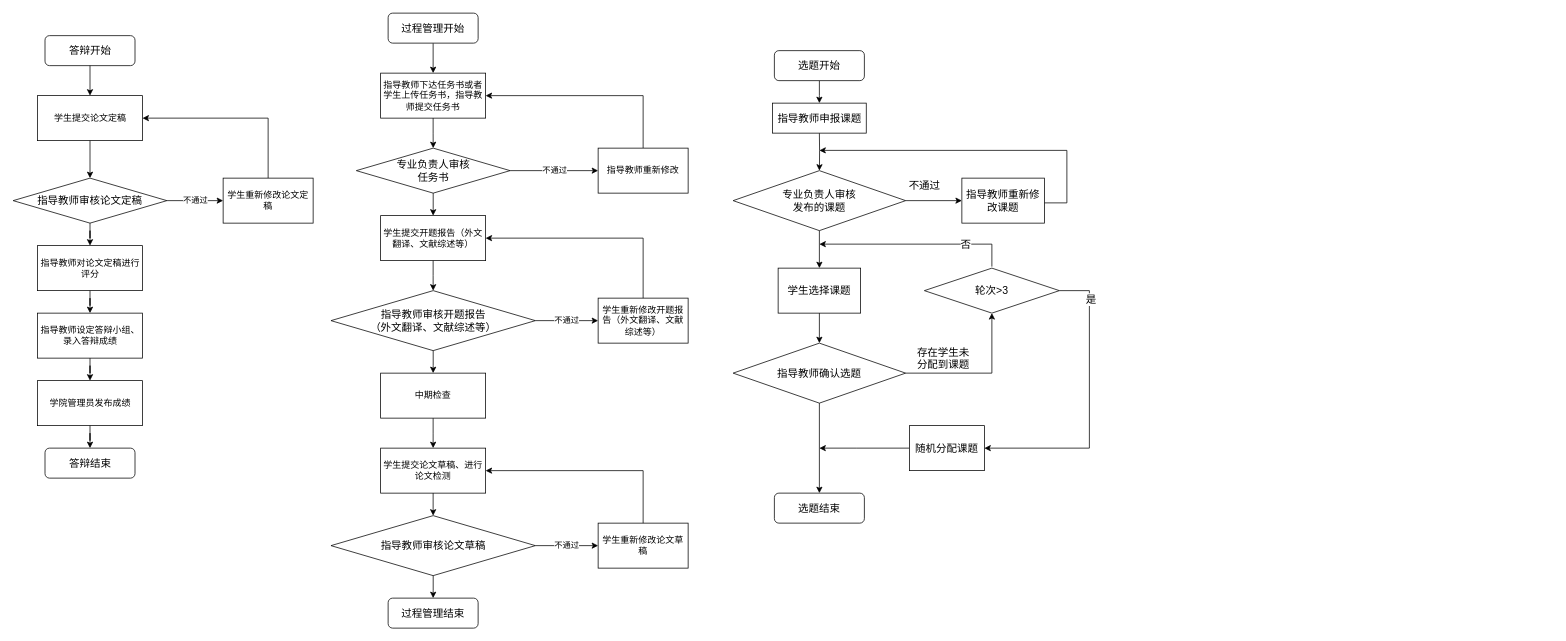
The draw.io diagram page "选题阶段" (1 of 3) of 毕设管理系统/业务流程图.drawio in FdfGithub/drawio, before the edit. Source tidied: cells renumbered, new cells numbered last; positions are measured from the earlier drawing's top-left corner, leaving out a move shared by most shapes. Both pictures are drawn from the tidied source at 75%, with x=0, y=0 at pixel (13, 13).
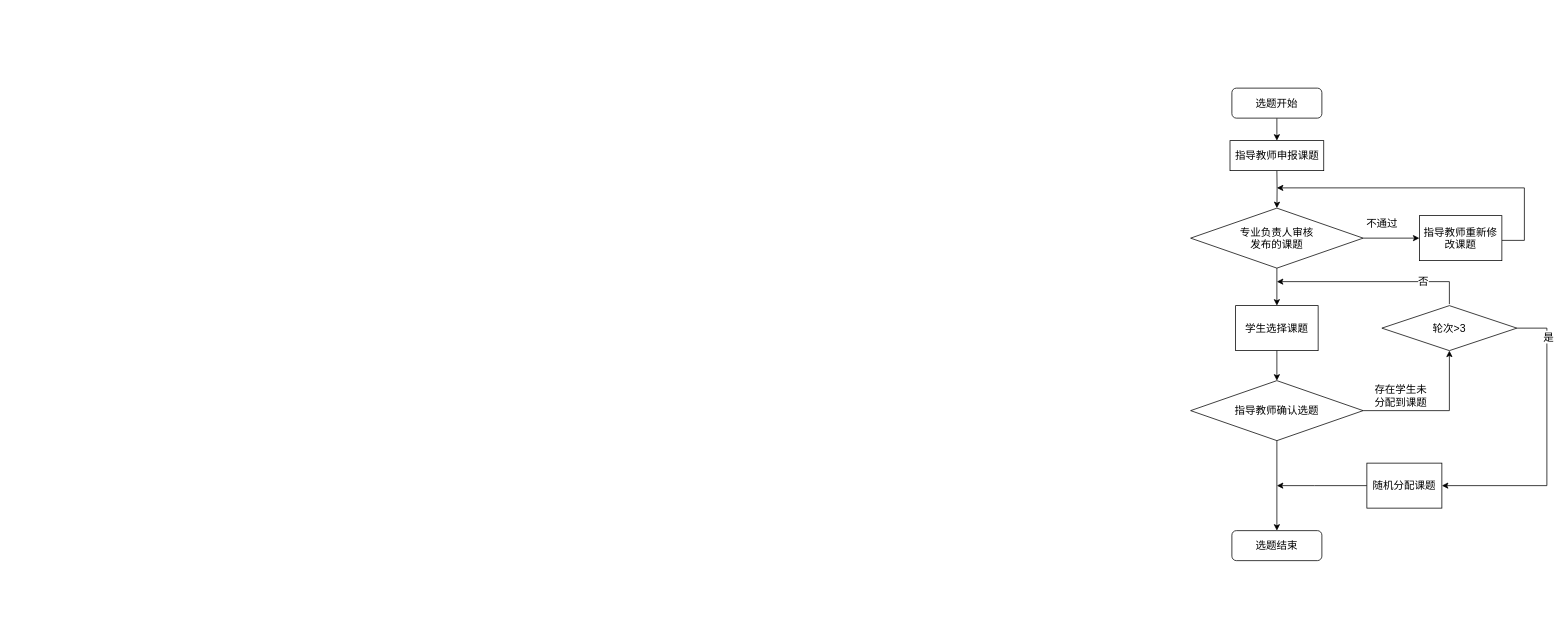
The same diagram, later.

Commit message:
更新业务流程图.drawio

What changed in the source:
```diff
@@
-    <mxCell id="2" style="group;" parent="1" vertex="1">
-      <mxGeometry x="423.8" width="476.2" height="820" as="geometry" />
-    </mxCell>
-    <mxCell id="3" value="指导教师下达任务书或者学生上传任务书，指导教师提交任务书" style="rounded=0;whiteSpace=wrap;html=1;" parent="2" vertex="1">
-      <mxGeometry x="66.2" y="80" width="140" height="60" as="geometry" />
-    </mxCell>
-    <mxCell id="4" value="专业负责人审核&lt;br&gt;任务书" style="rhombus;whiteSpace=wrap;html=1;fontSize=14;" parent="2" vertex="1">
-      <mxGeometry x="33.8" y="180" width="205" height="60" as="geometry" />
-    </mxCell>
-    <mxCell id="5" style="edgeStyle=orthogonalEdgeStyle;rounded=0;jettySize=auto;html=1;entryX=0.5;entryY=0;entryDx=0;entryDy=0;" parent="2" edge="1" source="3" target="4">
-      <mxGeometry relative="1" as="geometry" />
-    </mxCell>
-    <mxCell id="6" style="edgeStyle=orthogonalEdgeStyle;rounded=0;jettySize=auto;html=1;entryX=1;entryY=0.5;entryDx=0;entryDy=0;" parent="2" edge="1" source="7" target="3">
-      <mxGeometry relative="1" as="geometry">
-        <Array as="points">
-          <mxPoint x="416.2" y="110" />
-        </Array>
-      </mxGeometry>
-    </mxCell>
-    <mxCell id="7" value="指导教师重新修改" style="rounded=0;whiteSpace=wrap;html=1;" parent="2" vertex="1">
-      <mxGeometry x="356.2" y="180" width="120" height="60" as="geometry" />
-    </mxCell>
-    <mxCell id="8" value="不通过" style="edgeStyle=orthogonalEdgeStyle;rounded=0;jettySize=auto;html=1;entryX=0;entryY=0.5;entryDx=0;entryDy=0;" parent="2" edge="1" source="4" target="7">
-      <mxGeometry relative="1" as="geometry" />
-    </mxCell>
-    <mxCell id="9" value="学生提交开题报告（外文翻译、文献综述等）" style="rounded=0;whiteSpace=wrap;html=1;" parent="2" vertex="1">
-      <mxGeometry x="66.2" y="270" width="140" height="60" as="geometry" />
-    </mxCell>
-    <mxCell id="10" style="edgeStyle=orthogonalEdgeStyle;rounded=0;jettySize=auto;html=1;entryX=0.5;entryY=0;entryDx=0;entryDy=0;" parent="2" edge="1" source="4" target="9">
-      <mxGeometry relative="1" as="geometry" />
-    </mxCell>
-    <mxCell id="11" value="指导教师审核开题报告&lt;br&gt;（外文翻译、文献综述等）" style="rhombus;whiteSpace=wrap;html=1;fontSize=14;" parent="2" vertex="1">
-      <mxGeometry y="370" width="272.5" height="80" as="geometry" />
-    </mxCell>
-    <mxCell id="12" style="edgeStyle=orthogonalEdgeStyle;rounded=0;jettySize=auto;html=1;entryX=0.5;entryY=0;entryDx=0;entryDy=0;" parent="2" edge="1" source="9" target="11">
-      <mxGeometry relative="1" as="geometry" />
-    </mxCell>
-    <mxCell id="13" style="edgeStyle=orthogonalEdgeStyle;rounded=0;orthogonalLoop=1;jettySize=auto;html=1;entryX=1;entryY=0.25;entryDx=0;entryDy=0;" parent="2" edge="1">
-      <mxGeometry relative="1" as="geometry">
-        <mxPoint x="416.2" y="395" as="sourcePoint" />
-        <mxPoint x="206.2" y="300" as="targetPoint" />
-        <Array as="points">
-          <mxPoint x="416.2" y="300" />
-        </Array>
-      </mxGeometry>
-    </mxCell>
-    <mxCell id="14" value="学生重新修改开题报告（外文翻译、文献综述等）" style="rounded=0;whiteSpace=wrap;html=1;" parent="2" vertex="1">
-      <mxGeometry x="356.2" y="380" width="120" height="60" as="geometry" />
-    </mxCell>
-    <mxCell id="15" value="不通过" style="edgeStyle=orthogonalEdgeStyle;rounded=0;jettySize=auto;html=1;entryX=0;entryY=0.5;entryDx=0;entryDy=0;" parent="2" edge="1" source="11" target="14">
-      <mxGeometry relative="1" as="geometry" />
-    </mxCell>
-    <mxCell id="16" style="edgeStyle=orthogonalEdgeStyle;rounded=0;jettySize=auto;html=1;" parent="2" edge="1" source="17">
-      <mxGeometry relative="1" as="geometry">
-        <mxPoint x="136.2" y="580" as="targetPoint" />
-      </mxGeometry>
-    </mxCell>
-    <mxCell id="17" value="中期检查" style="rounded=0;whiteSpace=wrap;html=1;" parent="2" vertex="1">
-      <mxGeometry x="66.2" y="480" width="140" height="60" as="geometry" />
-    </mxCell>
-    <mxCell id="18" style="edgeStyle=orthogonalEdgeStyle;rounded=0;jettySize=auto;html=1;" parent="2" edge="1" source="11" target="17">
-      <mxGeometry relative="1" as="geometry" />
-    </mxCell>
-    <mxCell id="19" value="学生提交论文草稿、进行论文检测" style="rounded=0;whiteSpace=wrap;html=1;" parent="2" vertex="1">
-      <mxGeometry x="66.2" y="580" width="140" height="60" as="geometry" />
-    </mxCell>
-    <mxCell id="20" value="指导教师审核论文草稿" style="rhombus;whiteSpace=wrap;html=1;fontSize=14;" parent="2" vertex="1">
-      <mxGeometry y="670" width="272.5" height="80" as="geometry" />
-    </mxCell>
-    <mxCell id="21" style="edgeStyle=orthogonalEdgeStyle;rounded=0;jettySize=auto;html=1;entryX=0.5;entryY=0;entryDx=0;entryDy=0;" parent="2" edge="1" source="19" target="20">
-      <mxGeometry relative="1" as="geometry" />
-    </mxCell>
-    <mxCell id="22" style="edgeStyle=orthogonalEdgeStyle;rounded=0;orthogonalLoop=1;jettySize=auto;html=1;entryX=1;entryY=0.25;entryDx=0;entryDy=0;" parent="2" edge="1">
-      <mxGeometry relative="1" as="geometry">
-        <mxPoint x="416.2" y="695" as="sourcePoint" />
-        <mxPoint x="206.2" y="610" as="targetPoint" />
-        <Array as="points">
-          <mxPoint x="416.2" y="610" />
-        </Array>
-      </mxGeometry>
-    </mxCell>
-    <mxCell id="23" value="学生重新修改论文草稿" style="rounded=0;whiteSpace=wrap;html=1;" parent="2" vertex="1">
-      <mxGeometry x="356.2" y="680" width="120" height="60" as="geometry" />
-    </mxCell>
-    <mxCell id="24" value="不通过" style="edgeStyle=orthogonalEdgeStyle;rounded=0;jettySize=auto;html=1;" parent="2" edge="1" source="20" target="23">
-      <mxGeometry relative="1" as="geometry" />
-    </mxCell>
-    <mxCell id="25" style="edgeStyle=orthogonalEdgeStyle;rounded=0;jettySize=auto;html=1;" parent="2" edge="1" source="26" target="3">
-      <mxGeometry relative="1" as="geometry" />
-    </mxCell>
-    <mxCell id="26" value="过程管理开始" style="rounded=1;whiteSpace=wrap;html=1;fontSize=14;" parent="2" vertex="1">
-      <mxGeometry x="76.2" width="120" height="40" as="geometry" />
-    </mxCell>
-    <mxCell id="27" value="过程管理结束" style="rounded=1;whiteSpace=wrap;html=1;fontSize=14;" parent="2" vertex="1">
-      <mxGeometry x="76.2" y="780" width="120" height="40" as="geometry" />
-    </mxCell>
-    <mxCell id="28" style="edgeStyle=orthogonalEdgeStyle;rounded=0;jettySize=auto;html=1;" parent="2" edge="1" source="20" target="27">
-      <mxGeometry relative="1" as="geometry" />
-    </mxCell>
-    <mxCell id="29" style="group;" parent="1" vertex="1">
-      <mxGeometry x="960" y="50" width="475" height="630" as="geometry" />
-    </mxCell>
-    <mxCell id="30" style="edgeStyle=orthogonalEdgeStyle;curved=1;rounded=0;jettySize=auto;html=1;entryX=0.5;entryY=0;entryDx=0;entryDy=0;fontSize=14;" parent="29" edge="1" target="31">
-      <mxGeometry relative="1" as="geometry">
-        <mxPoint x="115" y="110" as="sourcePoint" />
-      </mxGeometry>
-    </mxCell>
+    <mxCell id="72" style="group;" parent="1" vertex="1">
+      <mxGeometry x="1570" y="100" width="475" height="630" as="geometry" />
+    </mxCell>
+    <mxCell id="73" style="edgeStyle=orthogonalEdgeStyle;curved=1;rounded=0;jettySize=auto;html=1;entryX=0.5;entryY=0;entryDx=0;entryDy=0;fontSize=14;" parent="72" edge="1" target="31">
+      <mxGeometry relative="1" as="geometry">
+        <mxPoint x="115" y="110" as="sourcePoint" />
+      </mxGeometry>
+    </mxCell>
-    <mxCell id="31" value="专业负责人审核&lt;br&gt;发布的课题" style="rhombus;whiteSpace=wrap;html=1;fontSize=14;" parent="29" vertex="1">
+    <mxCell id="31" value="专业负责人审核&lt;br&gt;发布的课题" style="rhombus;whiteSpace=wrap;html=1;fontSize=14;" parent="72" vertex="1">
       <mxGeometry y="160" width="230" height="80" as="geometry" />
     </mxCell>
-    <mxCell id="32" style="edgeStyle=orthogonalEdgeStyle;rounded=0;orthogonalLoop=1;jettySize=auto;html=1;fontSize=14;" parent="29" edge="1">
-      <mxGeometry relative="1" as="geometry">
-        <mxPoint x="415" y="203" as="sourcePoint" />
-        <mxPoint x="115" y="133" as="targetPoint" />
-        <Array as="points">
-          <mxPoint x="445" y="203" />
-          <mxPoint x="445" y="133" />
-        </Array>
-      </mxGeometry>
-    </mxCell>
+    <mxCell id="74" style="edgeStyle=orthogonalEdgeStyle;rounded=0;orthogonalLoop=1;jettySize=auto;html=1;fontSize=14;" parent="72" edge="1">
+      <mxGeometry relative="1" as="geometry">
+        <mxPoint x="415" y="203" as="sourcePoint" />
+        <mxPoint x="115" y="133" as="targetPoint" />
+        <Array as="points">
+          <mxPoint x="445" y="203" />
+          <mxPoint x="445" y="133" />
+        </Array>
+      </mxGeometry>
+    </mxCell>
-    <mxCell id="33" value="指导教师重新修改课题" style="rounded=0;whiteSpace=wrap;html=1;fontSize=14;" parent="29" vertex="1">
+    <mxCell id="33" value="指导教师重新修改课题" style="rounded=0;whiteSpace=wrap;html=1;fontSize=14;" parent="72" vertex="1">
       <mxGeometry x="305" y="170" width="110" height="60" as="geometry" />
     </mxCell>
-    <mxCell id="34" style="edgeStyle=orthogonalEdgeStyle;rounded=0;jettySize=auto;html=1;entryX=0;entryY=0.5;entryDx=0;entryDy=0;fontSize=14;" parent="29" edge="1" source="31" target="33">
+    <mxCell id="34" style="edgeStyle=orthogonalEdgeStyle;rounded=0;jettySize=auto;html=1;entryX=0;entryY=0.5;entryDx=0;entryDy=0;fontSize=14;" parent="72" edge="1" source="31" target="33">
       <mxGeometry relative="1" as="geometry" />
     </mxCell>
-    <mxCell id="35" value="不通过" style="text;html=1;align=center;verticalAlign=middle;strokeColor=none;fillColor=none;fontSize=14;" parent="29" vertex="1">
+    <mxCell id="35" value="不通过" style="text;html=1;align=center;verticalAlign=middle;strokeColor=none;fillColor=none;fontSize=14;" parent="72" vertex="1">
       <mxGeometry x="225" y="170" width="60" height="20" as="geometry" />
     </mxCell>
-    <mxCell id="36" value="学生选择课题" style="rounded=0;whiteSpace=wrap;html=1;fontSize=14;" parent="29" vertex="1">
+    <mxCell id="36" value="学生选择课题" style="rounded=0;whiteSpace=wrap;html=1;fontSize=14;" parent="72" vertex="1">
       <mxGeometry x="60" y="290" width="110" height="60" as="geometry" />
     </mxCell>
-    <mxCell id="37" style="edgeStyle=orthogonalEdgeStyle;rounded=0;jettySize=auto;html=1;entryX=0.5;entryY=0;entryDx=0;entryDy=0;fontSize=14;" parent="29" edge="1" source="31" target="36">
+    <mxCell id="37" style="edgeStyle=orthogonalEdgeStyle;rounded=0;jettySize=auto;html=1;entryX=0.5;entryY=0;entryDx=0;entryDy=0;fontSize=14;" parent="72" edge="1" source="31" target="36">
       <mxGeometry relative="1" as="geometry" />
     </mxCell>
-    <mxCell id="38" value="&lt;span&gt;指导教师确认选题&lt;/span&gt;" style="rhombus;whiteSpace=wrap;html=1;fontSize=14;" parent="29" vertex="1">
+    <mxCell id="38" value="&lt;span&gt;指导教师确认选题&lt;/span&gt;" style="rhombus;whiteSpace=wrap;html=1;fontSize=14;" parent="72" vertex="1">
       <mxGeometry y="390" width="230" height="80" as="geometry" />
     </mxCell>
-    <mxCell id="39" style="edgeStyle=orthogonalEdgeStyle;rounded=0;jettySize=auto;html=1;entryX=0.5;entryY=0;entryDx=0;entryDy=0;fontSize=14;" parent="29" edge="1" source="36" target="38">
+    <mxCell id="39" style="edgeStyle=orthogonalEdgeStyle;rounded=0;jettySize=auto;html=1;entryX=0.5;entryY=0;entryDx=0;entryDy=0;fontSize=14;" parent="72" edge="1" source="36" target="38">
       <mxGeometry relative="1" as="geometry" />
     </mxCell>
-    <mxCell id="40" value="存在学生未&lt;br&gt;分配到课题" style="text;html=1;align=center;verticalAlign=middle;strokeColor=none;fillColor=none;fontSize=14;" parent="29" vertex="1">
+    <mxCell id="40" value="存在学生未&lt;br&gt;分配到课题" style="text;html=1;align=center;verticalAlign=middle;strokeColor=none;fillColor=none;fontSize=14;" parent="72" vertex="1">
       <mxGeometry x="235" y="390" width="90" height="40" as="geometry" />
     </mxCell>
-    <mxCell id="41" style="edgeStyle=orthogonalEdgeStyle;rounded=0;orthogonalLoop=1;jettySize=auto;html=1;fontSize=14;" parent="29" edge="1">
-      <mxGeometry relative="1" as="geometry">
-        <mxPoint x="235" y="530" as="sourcePoint" />
-        <mxPoint x="115" y="530" as="targetPoint" />
-        <Array as="points">
-          <mxPoint x="165" y="530" />
-          <mxPoint x="165" y="530" />
-        </Array>
-      </mxGeometry>
-    </mxCell>
+    <mxCell id="75" style="edgeStyle=orthogonalEdgeStyle;rounded=0;orthogonalLoop=1;jettySize=auto;html=1;fontSize=14;" parent="72" edge="1">
+      <mxGeometry relative="1" as="geometry">
+        <mxPoint x="235" y="530" as="sourcePoint" />
+        <mxPoint x="115" y="530" as="targetPoint" />
+        <Array as="points">
+          <mxPoint x="165" y="530" />
+          <mxPoint x="165" y="530" />
+        </Array>
+      </mxGeometry>
+    </mxCell>
-    <mxCell id="42" value="随机分配课题" style="rounded=0;whiteSpace=wrap;html=1;fontSize=14;" parent="29" vertex="1">
+    <mxCell id="42" value="随机分配课题" style="rounded=0;whiteSpace=wrap;html=1;fontSize=14;" parent="72" vertex="1">
       <mxGeometry x="235" y="500" width="100" height="60" as="geometry" />
     </mxCell>
-    <mxCell id="43" style="edgeStyle=orthogonalEdgeStyle;rounded=0;orthogonalLoop=1;jettySize=auto;html=1;fontSize=14;" parent="29" edge="1">
-      <mxGeometry relative="1" as="geometry">
-        <mxPoint x="345" y="288" as="sourcePoint" />
-        <mxPoint x="115" y="258" as="targetPoint" />
-        <Array as="points">
-          <mxPoint x="345" y="258" />
-          <mxPoint x="115" y="258" />
-        </Array>
-      </mxGeometry>
-    </mxCell>
+    <mxCell id="76" style="edgeStyle=orthogonalEdgeStyle;rounded=0;orthogonalLoop=1;jettySize=auto;html=1;fontSize=14;" parent="72" edge="1">
+      <mxGeometry relative="1" as="geometry">
+        <mxPoint x="345" y="288" as="sourcePoint" />
+        <mxPoint x="115" y="258" as="targetPoint" />
+        <Array as="points">
+          <mxPoint x="345" y="258" />
+          <mxPoint x="115" y="258" />
+        </Array>
+      </mxGeometry>
+    </mxCell>
-    <mxCell id="44" value="否" style="edgeLabel;html=1;align=center;verticalAlign=middle;fontSize=14;" parent="43" vertex="1">
+    <mxCell id="44" value="否" style="edgeLabel;html=1;align=center;verticalAlign=middle;fontSize=14;" parent="76" vertex="1">
       <mxGeometry x="-0.49" y="-1" relative="1" as="geometry" />
     </mxCell>
-    <mxCell id="45" style="edgeStyle=orthogonalEdgeStyle;rounded=0;jettySize=auto;html=1;fontSize=14;entryX=1;entryY=0.5;entryDx=0;entryDy=0;exitX=1;exitY=0.5;exitDx=0;exitDy=0;" parent="29" edge="1" source="47" target="42">
+    <mxCell id="45" style="edgeStyle=orthogonalEdgeStyle;rounded=0;jettySize=auto;html=1;fontSize=14;entryX=1;entryY=0.5;entryDx=0;entryDy=0;exitX=1;exitY=0.5;exitDx=0;exitDy=0;" parent="72" edge="1" source="47" target="42">
       <mxGeometry relative="1" as="geometry">
         <Array as="points">
           <mxPoint x="475" y="320" />
           <mxPoint x="475" y="530" />
         </Array>
       </mxGeometry>
     </mxCell>
@@
-    <mxCell id="47" value="轮次&amp;gt;3" style="rhombus;whiteSpace=wrap;html=1;fontSize=14;" parent="29" vertex="1">
+    <mxCell id="47" value="轮次&amp;gt;3" style="rhombus;whiteSpace=wrap;html=1;fontSize=14;" parent="72" vertex="1">
       <mxGeometry x="255" y="290" width="180" height="60" as="geometry" />
     </mxCell>
-    <mxCell id="48" style="edgeStyle=orthogonalEdgeStyle;rounded=0;jettySize=auto;html=1;entryX=0.5;entryY=1;entryDx=0;entryDy=0;fontSize=14;" parent="29" edge="1" source="38" target="47">
+    <mxCell id="48" style="edgeStyle=orthogonalEdgeStyle;rounded=0;jettySize=auto;html=1;entryX=0.5;entryY=1;entryDx=0;entryDy=0;fontSize=14;" parent="72" edge="1" source="38" target="47">
       <mxGeometry relative="1" as="geometry" />
     </mxCell>
-    <mxCell id="49" value="选题结束" style="rounded=1;whiteSpace=wrap;html=1;fontSize=14;" parent="29" vertex="1">
+    <mxCell id="49" value="选题结束" style="rounded=1;whiteSpace=wrap;html=1;fontSize=14;" parent="72" vertex="1">
       <mxGeometry x="55" y="590" width="120" height="40" as="geometry" />
     </mxCell>
-    <mxCell id="50" style="edgeStyle=orthogonalEdgeStyle;rounded=0;jettySize=auto;html=1;fontSize=14;entryX=0.5;entryY=0;entryDx=0;entryDy=0;" parent="29" edge="1" source="38" target="49">
+    <mxCell id="50" style="edgeStyle=orthogonalEdgeStyle;rounded=0;jettySize=auto;html=1;fontSize=14;entryX=0.5;entryY=0;entryDx=0;entryDy=0;" parent="72" edge="1" source="38" target="49">
       <mxGeometry relative="1" as="geometry" />
     </mxCell>
-    <mxCell id="51" style="edgeStyle=orthogonalEdgeStyle;rounded=0;jettySize=auto;html=1;entryX=0.5;entryY=0;entryDx=0;entryDy=0;" parent="29" edge="1" source="52">
-      <mxGeometry relative="1" as="geometry">
-        <mxPoint x="115" y="70" as="targetPoint" />
-      </mxGeometry>
-    </mxCell>
+    <mxCell id="77" style="edgeStyle=orthogonalEdgeStyle;rounded=0;jettySize=auto;html=1;entryX=0.5;entryY=0;entryDx=0;entryDy=0;" parent="72" edge="1" source="52">
+      <mxGeometry relative="1" as="geometry">
+        <mxPoint x="115" y="70" as="targetPoint" />
+      </mxGeometry>
+    </mxCell>
-    <mxCell id="52" value="选题开始" style="rounded=1;whiteSpace=wrap;html=1;fontSize=14;" parent="29" vertex="1">
+    <mxCell id="52" value="选题开始" style="rounded=1;whiteSpace=wrap;html=1;fontSize=14;" parent="72" vertex="1">
       <mxGeometry x="55" width="120" height="40" as="geometry" />
     </mxCell>
-    <mxCell id="53" value="&lt;span style=&quot;font-size: 14px&quot;&gt;指导教师申报课题&lt;/span&gt;" style="rounded=0;whiteSpace=wrap;html=1;" parent="29" vertex="1">
+    <mxCell id="53" value="&lt;span style=&quot;font-size: 14px&quot;&gt;指导教师申报课题&lt;/span&gt;" style="rounded=0;whiteSpace=wrap;html=1;" parent="72" vertex="1">
       <mxGeometry x="52.5" y="70" width="125" height="40" as="geometry" />
     </mxCell>
-    <mxCell id="54" style="group;" parent="1" vertex="1">
-      <mxGeometry y="30" width="400" height="590" as="geometry" />
-    </mxCell>
-    <mxCell id="55" value="指导教师审核论文定稿" style="rhombus;whiteSpace=wrap;html=1;fontSize=14;" parent="54" vertex="1">
-      <mxGeometry y="190" width="205" height="60" as="geometry" />
-    </mxCell>
-    <mxCell id="56" style="group;" parent="54" vertex="1">
-      <mxGeometry x="32.5" width="367.5" height="590" as="geometry" />
-    </mxCell>
-    <mxCell id="57" value="答辩开始" style="rounded=1;whiteSpace=wrap;html=1;fontSize=14;" parent="56" vertex="1">
-      <mxGeometry x="10" width="120" height="40" as="geometry" />
-    </mxCell>
-    <mxCell id="58" value="学生提交论文定稿" style="rounded=0;whiteSpace=wrap;html=1;" parent="56" vertex="1">
-      <mxGeometry y="80" width="140" height="60" as="geometry" />
-    </mxCell>
-    <mxCell id="59" style="edgeStyle=orthogonalEdgeStyle;rounded=0;jettySize=auto;html=1;" parent="56" edge="1" source="57" target="58">
-      <mxGeometry relative="1" as="geometry" />
-    </mxCell>
-    <mxCell id="60" style="edgeStyle=orthogonalEdgeStyle;rounded=0;jettySize=auto;html=1;entryX=1;entryY=0.5;entryDx=0;entryDy=0;" parent="56" edge="1" source="61" target="58">
-      <mxGeometry relative="1" as="geometry">
-        <Array as="points">
-          <mxPoint x="307.5" y="110" />
-        </Array>
-      </mxGeometry>
-    </mxCell>
-    <mxCell id="61" value="学生重新修改论文定稿" style="rounded=0;whiteSpace=wrap;html=1;" parent="56" vertex="1">
-      <mxGeometry x="247.5" y="190" width="120" height="60" as="geometry" />
-    </mxCell>
-    <mxCell id="62" value="指导教师对论文定稿进行评分" style="rounded=0;whiteSpace=wrap;html=1;" parent="56" vertex="1">
-      <mxGeometry y="280" width="140" height="60" as="geometry" />
-    </mxCell>
-    <mxCell id="63" value="指导教师设定答辩小组、录入答辩成绩" style="rounded=0;whiteSpace=wrap;html=1;" parent="56" vertex="1">
-      <mxGeometry y="370" width="140" height="60" as="geometry" />
-    </mxCell>
-    <mxCell id="64" style="edgeStyle=orthogonalEdgeStyle;rounded=0;jettySize=auto;html=1;entryX=0.5;entryY=0;entryDx=0;entryDy=0;" parent="56" edge="1" source="62" target="63">
-      <mxGeometry relative="1" as="geometry" />
-    </mxCell>
-    <mxCell id="65" value="学院管理员发布成绩" style="rounded=0;whiteSpace=wrap;html=1;" parent="56" vertex="1">
-      <mxGeometry y="460" width="140" height="60" as="geometry" />
-    </mxCell>
-    <mxCell id="66" style="edgeStyle=orthogonalEdgeStyle;rounded=0;jettySize=auto;html=1;entryX=0.5;entryY=0;entryDx=0;entryDy=0;" parent="56" edge="1" source="63" target="65">
-      <mxGeometry relative="1" as="geometry" />
-    </mxCell>
-    <mxCell id="67" value="答辩结束" style="rounded=1;whiteSpace=wrap;html=1;fontSize=14;" parent="56" vertex="1">
-      <mxGeometry x="10" y="550" width="120" height="40" as="geometry" />
-    </mxCell>
-    <mxCell id="68" style="edgeStyle=orthogonalEdgeStyle;rounded=0;jettySize=auto;html=1;entryX=0.5;entryY=0;entryDx=0;entryDy=0;" parent="56" edge="1" source="65" target="67">
-      <mxGeometry relative="1" as="geometry" />
-    </mxCell>
-    <mxCell id="69" style="edgeStyle=orthogonalEdgeStyle;rounded=0;jettySize=auto;html=1;entryX=0.5;entryY=0;entryDx=0;entryDy=0;" parent="54" edge="1" source="58" target="55">
-      <mxGeometry relative="1" as="geometry" />
-    </mxCell>
-    <mxCell id="70" value="不通过" style="edgeStyle=orthogonalEdgeStyle;rounded=0;jettySize=auto;html=1;" parent="54" edge="1" source="55" target="61">
-      <mxGeometry relative="1" as="geometry" />
-    </mxCell>
-    <mxCell id="71" style="edgeStyle=orthogonalEdgeStyle;rounded=0;jettySize=auto;html=1;entryX=0.5;entryY=0;entryDx=0;entryDy=0;" parent="54" edge="1" source="55" target="62">
-      <mxGeometry relative="1" as="geometry" />
-    </mxCell>
```
